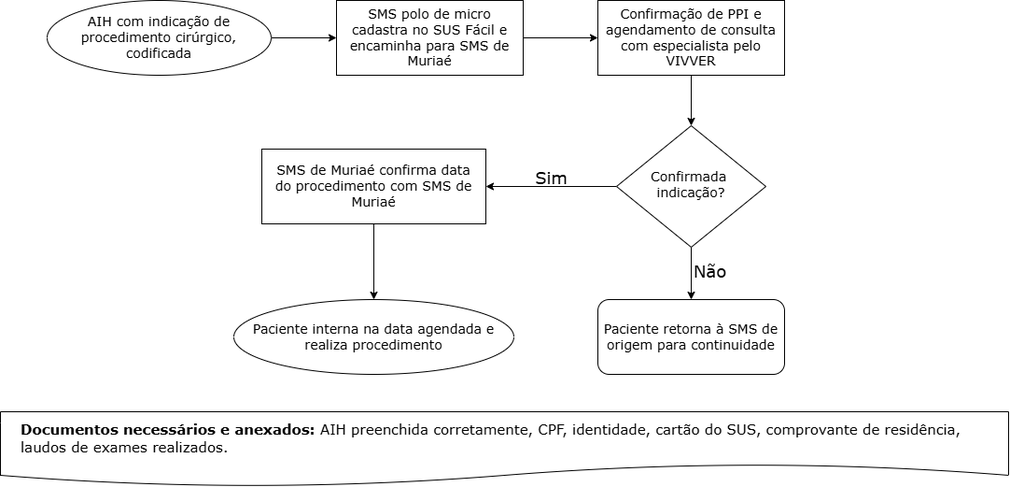
Before: public/img/fluxos-assistenciais/ortopedia-traumatologia/media/Fluxo.png, a diagram exported from draw.io (inovacao-saude-muriae/site-saude). Source tidied: cells renumbered, new cells last; positions are measured from the earlier drawing's top-left corner, leaving out a move shared by most shapes.
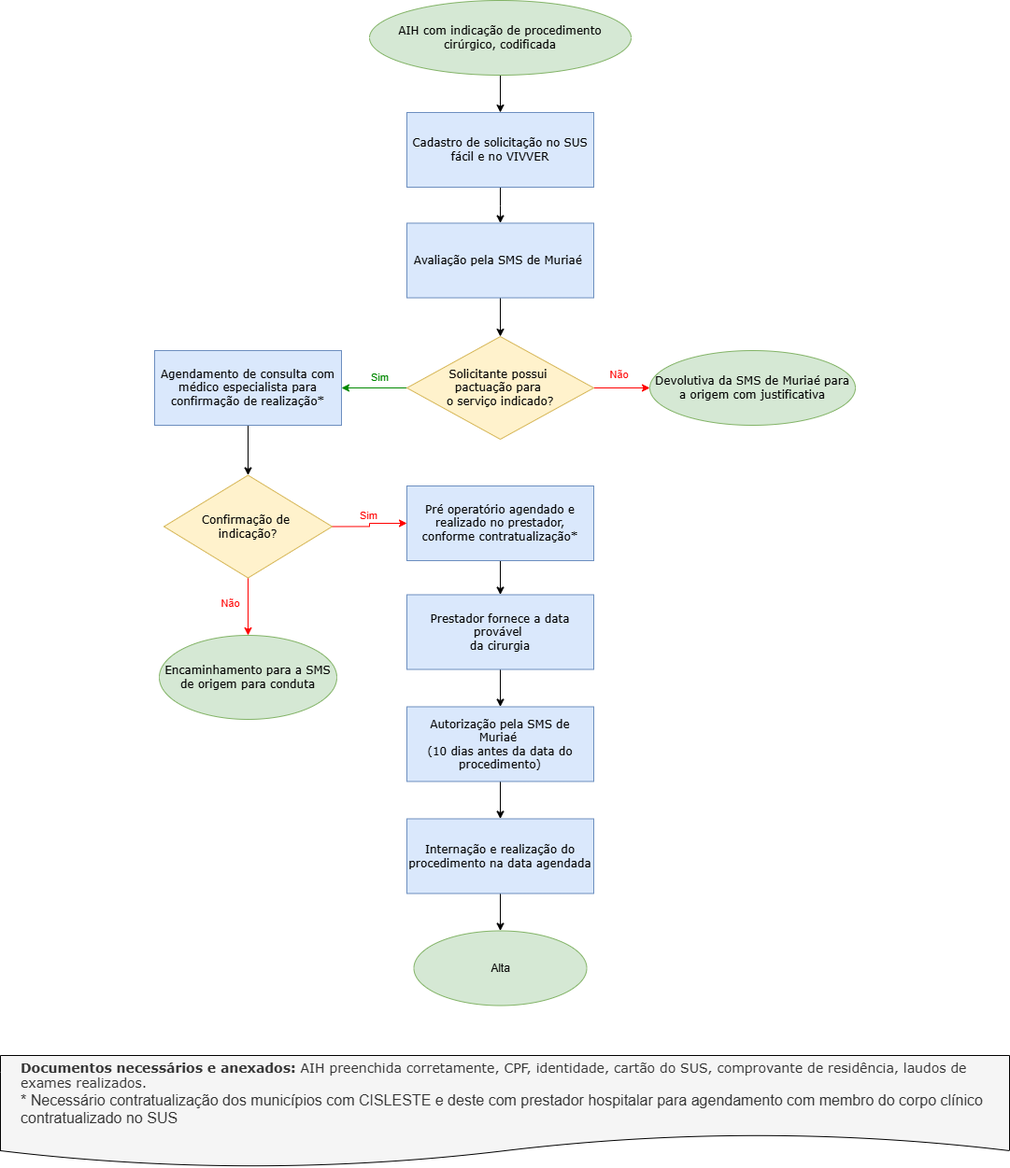
After the change.

The edit, as a diff of the source:
```diff
@@ -2,53 +2,103 @@
   <root>
     <mxCell id="0" />
     <mxCell id="1" parent="0" />
-    <mxCell id="2" style="edgeStyle=orthogonalEdgeStyle;rounded=0;jettySize=auto;html=1;exitX=1;exitY=0.5;exitDx=0;exitDy=0;entryX=0;entryY=0.5;entryDx=0;entryDy=0;" parent="1" edge="1" source="3" target="5">
-      <mxGeometry relative="1" as="geometry" />
-    </mxCell>
-    <mxCell id="3" value="&lt;font style=&quot;font-size: 14px;&quot; face=&quot;Verdana&quot;&gt;SMS polo de micro cadastra no SUS Fácil e encaminha para SMS de Muriaé&lt;/font&gt;" style="rounded=0;whiteSpace=wrap;html=1;spacingLeft=5;spacingRight=5;" parent="1" vertex="1">
-      <mxGeometry x="360" width="200" height="80" as="geometry" />
-    </mxCell>
-    <mxCell id="4" style="edgeStyle=orthogonalEdgeStyle;rounded=0;jettySize=auto;html=1;exitX=0.5;exitY=1;exitDx=0;exitDy=0;entryX=0.5;entryY=0;entryDx=0;entryDy=0;" parent="1" edge="1" source="5" target="8">
-      <mxGeometry relative="1" as="geometry" />
-    </mxCell>
-    <mxCell id="5" value="&lt;font style=&quot;font-size: 14px;&quot; face=&quot;Verdana&quot;&gt;Confirmação de PPI e agendamento de consulta com especialista pelo VIVVER&lt;/font&gt;" style="rounded=0;whiteSpace=wrap;html=1;spacingLeft=5;spacingRight=5;" parent="1" vertex="1">
-      <mxGeometry x="640" width="200" height="80" as="geometry" />
-    </mxCell>
-    <mxCell id="6" style="edgeStyle=orthogonalEdgeStyle;rounded=0;jettySize=auto;html=1;exitX=0.5;exitY=1;exitDx=0;exitDy=0;" parent="1" edge="1" source="8" target="9">
-      <mxGeometry relative="1" as="geometry" />
-    </mxCell>
-    <mxCell id="7" style="edgeStyle=orthogonalEdgeStyle;rounded=0;jettySize=auto;html=1;exitX=0;exitY=0.5;exitDx=0;exitDy=0;" parent="1" edge="1" source="8" target="11">
-      <mxGeometry relative="1" as="geometry" />
-    </mxCell>
-    <mxCell id="8" value="&lt;font style=&quot;font-size: 14px;&quot; face=&quot;Verdana&quot;&gt;Confirmada&amp;nbsp;&lt;/font&gt;&lt;div&gt;&lt;font style=&quot;font-size: 14px;&quot; face=&quot;Verdana&quot;&gt;indicação?&lt;/font&gt;&lt;/div&gt;" style="rhombus;whiteSpace=wrap;html=1;spacingLeft=5;spacingBottom=5;spacingRight=5;" parent="1" vertex="1">
-      <mxGeometry x="660" y="134" width="160" height="130" as="geometry" />
-    </mxCell>
-    <mxCell id="9" value="&lt;font style=&quot;font-size: 14px;&quot; face=&quot;Verdana&quot;&gt;Paciente retorna à SMS de origem para continuidade&lt;/font&gt;" style="rounded=1;whiteSpace=wrap;html=1;spacingLeft=5;spacingRight=5;" parent="1" vertex="1">
-      <mxGeometry x="640" y="320" width="200" height="80" as="geometry" />
-    </mxCell>
-    <mxCell id="10" style="edgeStyle=orthogonalEdgeStyle;rounded=0;jettySize=auto;html=1;exitX=0.5;exitY=1;exitDx=0;exitDy=0;entryX=0.5;entryY=0;entryDx=0;entryDy=0;" parent="1" edge="1" source="11" target="17">
-      <mxGeometry relative="1" as="geometry" />
-    </mxCell>
-    <mxCell id="11" value="&lt;font style=&quot;font-size: 14px;&quot; face=&quot;Verdana&quot;&gt;SMS de Muriaé confirma data do procedimento com SMS de Muriaé&lt;/font&gt;" style="rounded=0;whiteSpace=wrap;html=1;spacingLeft=5;spacingRight=5;" parent="1" vertex="1">
-      <mxGeometry x="280" y="159" width="240" height="80" as="geometry" />
-    </mxCell>
-    <mxCell id="12" value="&lt;font face=&quot;Verdana&quot; style=&quot;font-size: 18px;&quot;&gt;Sim&lt;/font&gt;" style="text;html=1;align=center;verticalAlign=middle;strokeColor=none;fillColor=none;" parent="1" vertex="1">
-      <mxGeometry x="560" y="170" width="60" height="40" as="geometry" />
-    </mxCell>
-    <mxCell id="13" value="&lt;font face=&quot;Verdana&quot; style=&quot;font-size: 18px;&quot;&gt;Não&lt;/font&gt;" style="text;html=1;align=center;verticalAlign=middle;strokeColor=none;fillColor=none;" parent="1" vertex="1">
-      <mxGeometry x="730" y="270" width="60" height="40" as="geometry" />
-    </mxCell>
-    <mxCell id="14" value="&lt;font face=&quot;Verdana&quot; style=&quot;font-size: 15px;&quot;&gt;&lt;b&gt;Documentos necessários e anexados:&lt;/b&gt; AIH preenchida corretamente, CPF, identidade, cartão do SUS, comprovante de residência, laudos de exames realizados.&lt;/font&gt;" style="shape=document;whiteSpace=wrap;html=1;boundedLbl=1;align=left;spacingLeft=20;" parent="1" vertex="1">
-      <mxGeometry y="440" width="1080" height="80" as="geometry" />
+    <mxCell id="14" value="&lt;font face=&quot;Verdana&quot; style=&quot;font-size: 14px;&quot;&gt;&lt;b style=&quot;&quot;&gt;Documentos necessários e anexados:&lt;/b&gt; AIH preenchida corretamente, CPF, identidade, cartão do SUS, comprovante de residência, laudos de exames realizados.&lt;/font&gt;&lt;div&gt;&lt;span style=&quot;text-align: center;&quot;&gt;&lt;font size=&quot;3&quot;&gt;* Necessário contratualização dos municípios com CISLESTE e deste com prestador hospitalar para agendamento com membro do corpo clínico contratualizado no SUS&lt;/font&gt;&lt;/span&gt;&lt;font face=&quot;Verdana&quot; style=&quot;font-size: 15px;&quot;&gt;&lt;/font&gt;&lt;/div&gt;" style="shape=document;whiteSpace=wrap;html=1;boundedLbl=1;align=left;spacingLeft=20;fillColor=#f5f5f5;fontColor=#333333;strokeColor=#000000;" parent="1" vertex="1">
+      <mxGeometry x="250" y="1090" width="1080" height="120" as="geometry" />
     </mxCell>
-    <mxCell id="15" style="edgeStyle=orthogonalEdgeStyle;rounded=0;jettySize=auto;html=1;exitX=1;exitY=0.5;exitDx=0;exitDy=0;entryX=0;entryY=0.5;entryDx=0;entryDy=0;" parent="1" edge="1" source="16" target="3">
-      <mxGeometry relative="1" as="geometry" />
-    </mxCell>
+    <mxCell id="18" style="edgeStyle=orthogonalEdgeStyle;rounded=0;jettySize=auto;html=1;" parent="1" edge="1" source="16" target="20">
+      <mxGeometry relative="1" as="geometry" />
+    </mxCell>
-    <mxCell id="16" value="&lt;span style=&quot;font-family: Verdana; font-size: 14px;&quot;&gt;AIH com indicação de procedimento cirúrgico, codificada&lt;/span&gt;" style="ellipse;whiteSpace=wrap;html=1;spacingLeft=5;spacingRight=5;" parent="1" vertex="1">
-      <mxGeometry x="50" width="240" height="80" as="geometry" />
+    <mxCell id="16" value="&lt;font face=&quot;Verdana&quot;&gt;AIH com indicação de procedimento cirúrgico, codificada&lt;/font&gt;" style="ellipse;whiteSpace=wrap;html=1;spacingLeft=5;spacingRight=5;fillColor=#d5e8d4;strokeColor=#82b366;" parent="1" vertex="1">
+      <mxGeometry x="645" y="-40" width="280" height="80" as="geometry" />
     </mxCell>
-    <mxCell id="17" value="&lt;span style=&quot;font-family: Verdana; font-size: 14px;&quot;&gt;Paciente interna na data agendada e realiza procedimento&lt;/span&gt;" style="ellipse;whiteSpace=wrap;html=1;spacingLeft=5;spacingRight=5;" parent="1" vertex="1">
-      <mxGeometry x="250" y="320" width="300" height="80" as="geometry" />
-    </mxCell>
+    <mxCell id="19" style="edgeStyle=orthogonalEdgeStyle;rounded=0;jettySize=auto;html=1;" parent="1" edge="1" source="20" target="22">
+      <mxGeometry relative="1" as="geometry" />
+    </mxCell>
+    <mxCell id="20" value="&lt;font face=&quot;Verdana&quot;&gt;Cadastro de solicitação no SUS fácil e no VIVVER&lt;/font&gt;" style="rounded=0;whiteSpace=wrap;html=1;fillColor=#dae8fc;strokeColor=#6c8ebf;" parent="1" vertex="1">
+      <mxGeometry x="685" y="80" width="200" height="80" as="geometry" />
+    </mxCell>
+    <mxCell id="21" style="edgeStyle=orthogonalEdgeStyle;rounded=0;jettySize=auto;html=1;" parent="1" edge="1" source="22" target="27">
+      <mxGeometry relative="1" as="geometry" />
+    </mxCell>
+    <mxCell id="22" value="&lt;font face=&quot;Verdana&quot;&gt;Avaliação pela SMS de Muriaé&amp;nbsp;&lt;/font&gt;" style="rounded=0;whiteSpace=wrap;html=1;fillColor=#dae8fc;strokeColor=#6c8ebf;" parent="1" vertex="1">
+      <mxGeometry x="685" y="198.5" width="200" height="80" as="geometry" />
+    </mxCell>
+    <mxCell id="23" style="edgeStyle=orthogonalEdgeStyle;rounded=0;jettySize=auto;html=1;exitX=0;exitY=0.5;exitDx=0;exitDy=0;entryX=1;entryY=0.5;entryDx=0;entryDy=0;strokeColor=#008800;" parent="1" edge="1" source="27" target="30">
+      <mxGeometry relative="1" as="geometry" />
+    </mxCell>
+    <mxCell id="24" value="&lt;font style=&quot;color: rgb(0, 136, 0);&quot;&gt;Sim&lt;/font&gt;" style="edgeLabel;html=1;align=center;verticalAlign=middle;labelBackgroundColor=none;" parent="23" vertex="1">
+      <mxGeometry x="-0.04" relative="1" as="geometry">
+        <mxPoint x="4" y="-12" as="offset" />
+      </mxGeometry>
+    </mxCell>
+    <mxCell id="25" style="edgeStyle=orthogonalEdgeStyle;rounded=0;jettySize=auto;html=1;exitX=1;exitY=0.5;exitDx=0;exitDy=0;entryX=0;entryY=0.5;entryDx=0;entryDy=0;strokeColor=#FF0000;" parent="1" edge="1" source="27" target="28">
+      <mxGeometry relative="1" as="geometry" />
+    </mxCell>
+    <mxCell id="26" value="&lt;font style=&quot;color: rgb(255, 0, 0);&quot;&gt;Não&lt;/font&gt;" style="edgeLabel;html=1;align=center;verticalAlign=middle;labelBackgroundColor=none;" parent="25" vertex="1">
+      <mxGeometry x="-0.15" y="-1" relative="1" as="geometry">
+        <mxPoint y="-16" as="offset" />
+      </mxGeometry>
+    </mxCell>
+    <mxCell id="27" value="&lt;font face=&quot;Verdana&quot;&gt;Solicitante possui&amp;nbsp;&lt;/font&gt;&lt;div&gt;&lt;font face=&quot;Verdana&quot;&gt;pactuação para&amp;nbsp;&lt;/font&gt;&lt;div&gt;&lt;font face=&quot;Verdana&quot;&gt;o serviço indicado?&lt;/font&gt;&lt;/div&gt;&lt;/div&gt;" style="rhombus;whiteSpace=wrap;html=1;rounded=0;fillColor=#fff2cc;strokeColor=#d6b656;" parent="1" vertex="1">
+      <mxGeometry x="685" y="320" width="200" height="110" as="geometry" />
+    </mxCell>
+    <mxCell id="28" value="&lt;font face=&quot;Verdana&quot;&gt;Devolutiva da SMS de Muriaé para a origem com justificativa&lt;/font&gt;" style="ellipse;whiteSpace=wrap;html=1;fillColor=#d5e8d4;strokeColor=#82b366;" parent="1" vertex="1">
+      <mxGeometry x="945" y="335" width="220" height="80" as="geometry" />
+    </mxCell>
+    <mxCell id="29" style="edgeStyle=orthogonalEdgeStyle;rounded=0;jettySize=auto;html=1;" parent="1" edge="1" source="30" target="44">
+      <mxGeometry relative="1" as="geometry" />
+    </mxCell>
+    <mxCell id="30" value="&lt;font face=&quot;Verdana&quot;&gt;Agendamento de consulta com médico especialista para confirmação de realização*&lt;/font&gt;" style="rounded=0;whiteSpace=wrap;html=1;fillColor=#dae8fc;strokeColor=#6c8ebf;" parent="1" vertex="1">
+      <mxGeometry x="415" y="335" width="200" height="80" as="geometry" />
+    </mxCell>
+    <mxCell id="31" style="edgeStyle=orthogonalEdgeStyle;rounded=0;jettySize=auto;html=1;" parent="1" edge="1" source="32" target="34">
+      <mxGeometry relative="1" as="geometry" />
+    </mxCell>
+    <mxCell id="32" value="&lt;font face=&quot;Verdana&quot;&gt;Pré operatório agendado e realizado no prestador, conforme contratualização*&lt;/font&gt;" style="rounded=0;whiteSpace=wrap;html=1;fillColor=#dae8fc;strokeColor=#6c8ebf;" parent="1" vertex="1">
+      <mxGeometry x="685" y="480" width="200" height="80" as="geometry" />
+    </mxCell>
+    <mxCell id="33" style="edgeStyle=orthogonalEdgeStyle;rounded=0;jettySize=auto;html=1;" parent="1" edge="1" source="34" target="36">
+      <mxGeometry relative="1" as="geometry" />
+    </mxCell>
+    <mxCell id="34" value="&lt;font face=&quot;Verdana&quot;&gt;Prestador fornece a data provável&amp;nbsp;&lt;/font&gt;&lt;div&gt;&lt;font face=&quot;Verdana&quot;&gt;da cirurgia&lt;/font&gt;&lt;/div&gt;" style="rounded=0;whiteSpace=wrap;html=1;fillColor=#dae8fc;strokeColor=#6c8ebf;" parent="1" vertex="1">
+      <mxGeometry x="685" y="596.5" width="200" height="80" as="geometry" />
+    </mxCell>
+    <mxCell id="35" style="edgeStyle=orthogonalEdgeStyle;rounded=0;jettySize=auto;html=1;" parent="1" edge="1" source="36" target="38">
+      <mxGeometry relative="1" as="geometry" />
+    </mxCell>
+    <mxCell id="36" value="&lt;font face=&quot;Verdana&quot;&gt;Autorização pela SMS de Muriaé&amp;nbsp;&lt;br&gt;(10 dias antes da data do procedimento)&lt;/font&gt;" style="rounded=0;whiteSpace=wrap;html=1;fillColor=#dae8fc;strokeColor=#6c8ebf;" parent="1" vertex="1">
+      <mxGeometry x="685" y="716.5" width="200" height="80" as="geometry" />
+    </mxCell>
+    <mxCell id="37" style="edgeStyle=orthogonalEdgeStyle;rounded=0;jettySize=auto;html=1;exitX=0.5;exitY=1;exitDx=0;exitDy=0;entryX=0.5;entryY=0;entryDx=0;entryDy=0;" parent="1" edge="1" source="38" target="39">
+      <mxGeometry relative="1" as="geometry" />
+    </mxCell>
+    <mxCell id="38" value="&lt;font face=&quot;Verdana&quot;&gt;Internação e realização do procedimento na data agendada&lt;/font&gt;" style="rounded=0;whiteSpace=wrap;html=1;fillColor=#dae8fc;strokeColor=#6c8ebf;" parent="1" vertex="1">
+      <mxGeometry x="685" y="836.5" width="200" height="80" as="geometry" />
+    </mxCell>
+    <mxCell id="39" value="Alta" style="ellipse;whiteSpace=wrap;html=1;fillColor=#d5e8d4;strokeColor=#82b366;" parent="1" vertex="1">
+      <mxGeometry x="692.5" y="956.5" width="185" height="80" as="geometry" />
+    </mxCell>
+    <mxCell id="40" style="edgeStyle=orthogonalEdgeStyle;rounded=0;jettySize=auto;html=1;exitX=0.5;exitY=1;exitDx=0;exitDy=0;entryX=0.5;entryY=0;entryDx=0;entryDy=0;fontColor=#FF0000;strokeColor=#FF0000;" parent="1" edge="1" source="44" target="45">
+      <mxGeometry relative="1" as="geometry" />
+    </mxCell>
+    <mxCell id="41" value="&lt;font style=&quot;color: rgb(255, 0, 0);&quot;&gt;Não&lt;/font&gt;" style="edgeLabel;html=1;align=center;verticalAlign=middle;labelBackgroundColor=none;" parent="40" vertex="1">
+      <mxGeometry x="-0.14" y="-4" relative="1" as="geometry">
+        <mxPoint x="-16" as="offset" />
+      </mxGeometry>
+    </mxCell>
+    <mxCell id="42" style="edgeStyle=orthogonalEdgeStyle;rounded=0;jettySize=auto;html=1;exitX=1;exitY=0.5;exitDx=0;exitDy=0;entryX=0;entryY=0.5;entryDx=0;entryDy=0;strokeColor=#FF0000;" parent="1" edge="1" source="44" target="32">
+      <mxGeometry relative="1" as="geometry" />
+    </mxCell>
+    <mxCell id="43" value="&lt;font style=&quot;color: rgb(255, 0, 0);&quot;&gt;Sim&lt;/font&gt;" style="edgeLabel;html=1;align=center;verticalAlign=middle;labelBackgroundColor=none;" parent="42" vertex="1">
+      <mxGeometry x="-0.08" y="-1" relative="1" as="geometry">
+        <mxPoint y="-14" as="offset" />
+      </mxGeometry>
+    </mxCell>
+    <mxCell id="44" value="&lt;font face=&quot;Verdana&quot;&gt;Confirmação de&amp;nbsp;&lt;/font&gt;&lt;div&gt;&lt;font face=&quot;Verdana&quot;&gt;indicação?&lt;/font&gt;&lt;/div&gt;" style="rhombus;whiteSpace=wrap;html=1;fillColor=#fff2cc;strokeColor=#d6b656;" parent="1" vertex="1">
+      <mxGeometry x="425" y="468.5" width="180" height="110" as="geometry" />
+    </mxCell>
+    <mxCell id="45" value="&lt;font face=&quot;Verdana&quot;&gt;Encaminhamento para a SMS de origem para conduta&lt;/font&gt;" style="ellipse;whiteSpace=wrap;html=1;fillColor=#d5e8d4;strokeColor=#82b366;" parent="1" vertex="1">
+      <mxGeometry x="420" y="640" width="190" height="90" as="geometry" />
+    </mxCell>
   </root>
 </mxGraphModel>
```
